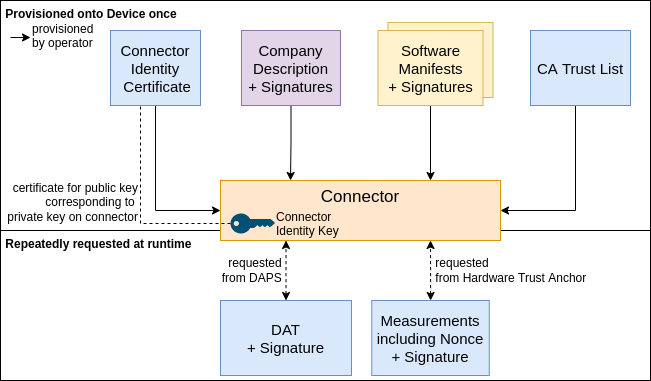
The draw.io diagram documentation/4_Perspectives_of_the_Reference_Architecture_Model/4_1_Security_Perspective/media/information_for_communication_channel.png in International-Data-Spaces-Association/IDS-RAM_4_0, before a commit. Source tidied: cells renumbered, new cells last; positions are measured from the earlier drawing's top-left corner, leaving out a move shared by most shapes.
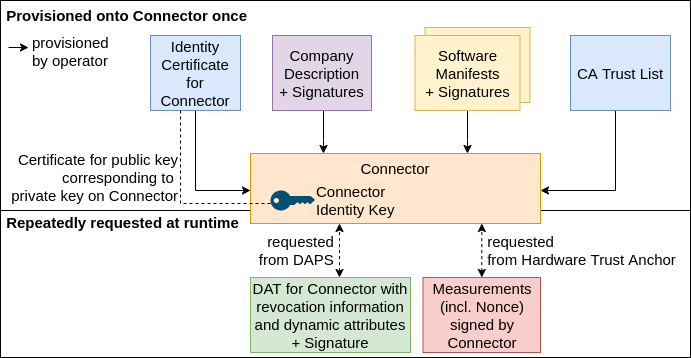
The same file after the commit.

Commit message:
[securing communication] described required information and establishment of communication channel

Diff of the diagram source:
```diff
@@ -2,93 +2,110 @@
   <root>
     <mxCell id="0" />
     <mxCell id="1" parent="0" />
-    <mxCell id="2" value="&amp;nbsp;Repeatedly requested at runtime" style="rounded=0;whiteSpace=wrap;html=1;labelBackgroundColor=none;fontSize=12;align=left;verticalAlign=top;fontStyle=1;" parent="1" vertex="1">
-      <mxGeometry y="230" width="650" height="150" as="geometry" />
+    <mxCell id="2" value="&amp;nbsp;Repeatedly requested at runtime" style="rounded=0;whiteSpace=wrap;html=1;labelBackgroundColor=none;fontSize=15;align=left;verticalAlign=top;fontStyle=1;" parent="1" vertex="1">
+      <mxGeometry x="-40" y="227" width="690" height="150" as="geometry" />
     </mxCell>
-    <mxCell id="3" value="&amp;nbsp;Provisioned onto Device once" style="rounded=0;whiteSpace=wrap;html=1;labelBackgroundColor=none;fontSize=12;align=left;verticalAlign=top;fontStyle=1;" parent="1" vertex="1">
-      <mxGeometry width="650" height="230" as="geometry" />
+    <mxCell id="3" value="&amp;nbsp;Provisioned onto Connector once" style="rounded=0;whiteSpace=wrap;html=1;labelBackgroundColor=none;fontSize=15;align=left;verticalAlign=top;fontStyle=1;" parent="1" vertex="1">
+      <mxGeometry x="-40" y="20" width="690" height="210" as="geometry" />
     </mxCell>
     <mxCell id="4" style="rounded=0;whiteSpace=wrap;html=1;fontSize=15;fillColor=#fff2cc;strokeColor=#d6b656;" parent="1" vertex="1">
-      <mxGeometry x="387.5" y="22" width="105" height="75" as="geometry" />
+      <mxGeometry x="384.5" y="47" width="105" height="75" as="geometry" />
     </mxCell>
-    <mxCell id="5" value="Connector" style="rounded=0;whiteSpace=wrap;html=1;fillColor=#ffe6cc;strokeColor=#d79b00;fontSize=17;verticalAlign=top;" parent="1" vertex="1">
-      <mxGeometry x="220" y="180" width="280" height="60" as="geometry" />
+    <mxCell id="5" value="Connector" style="rounded=0;whiteSpace=wrap;html=1;fillColor=#ffe6cc;strokeColor=#d79b00;fontSize=15;verticalAlign=top;" parent="1" vertex="1">
+      <mxGeometry x="210" y="173" width="290" height="70" as="geometry" />
     </mxCell>
-    <mxCell id="6" style="edgeStyle=orthogonalEdgeStyle;rounded=0;jettySize=auto;html=1;entryX=0;entryY=0.5;entryDx=0;entryDy=0;" parent="1" edge="1" source="7" target="5">
+    <mxCell id="6" style="edgeStyle=orthogonalEdgeStyle;rounded=0;jettySize=auto;html=1;fontSize=15;" parent="1" edge="1" source="7" target="5">
       <mxGeometry relative="1" as="geometry">
         <Array as="points">
           <mxPoint x="155" y="210" />
         </Array>
       </mxGeometry>
     </mxCell>
-    <mxCell id="7" value="&lt;div style=&quot;font-size: 15px&quot;&gt;&lt;/div&gt;Connector Identity&lt;div style=&quot;font-size: 15px&quot;&gt;&amp;nbsp;Certificate&lt;/div&gt;" style="rounded=0;whiteSpace=wrap;html=1;fontSize=15;fillColor=#dae8fc;strokeColor=#6c8ebf;" parent="1" vertex="1">
-      <mxGeometry x="110" y="30" width="90" height="75" as="geometry" />
+    <mxCell id="7" value="&lt;div style=&quot;font-size: 15px;&quot;&gt;&lt;/div&gt;Identity Certificate for Connector" style="rounded=0;whiteSpace=wrap;html=1;fontSize=15;fillColor=#dae8fc;strokeColor=#6c8ebf;" parent="1" vertex="1">
+      <mxGeometry x="110" y="55" width="90" height="75" as="geometry" />
     </mxCell>
-    <mxCell id="8" style="edgeStyle=orthogonalEdgeStyle;rounded=0;jettySize=auto;html=1;entryX=0.25;entryY=0;entryDx=0;entryDy=0;align=left;spacingLeft=2;" parent="1" edge="1" source="9" target="5">
-      <mxGeometry relative="1" as="geometry" />
+    <mxCell id="8" style="edgeStyle=orthogonalEdgeStyle;rounded=0;jettySize=auto;html=1;align=left;spacingLeft=2;fontSize=15;" parent="1" edge="1" source="9" target="5">
+      <mxGeometry relative="1" as="geometry">
+        <Array as="points">
+          <mxPoint x="283" y="160" />
+          <mxPoint x="283" y="160" />
+        </Array>
+      </mxGeometry>
     </mxCell>
-    <mxCell id="9" value="&lt;div style=&quot;font-size: 15px&quot;&gt;Company Description&lt;/div&gt;&lt;div style=&quot;font-size: 15px&quot;&gt;+ Signatures&lt;/div&gt;" style="rounded=0;whiteSpace=wrap;html=1;fontSize=15;fillColor=#e1d5e7;strokeColor=#9673a6;" parent="1" vertex="1">
-      <mxGeometry x="241" y="30" width="99" height="75" as="geometry" />
+    <mxCell id="9" value="&lt;div style=&quot;font-size: 15px;&quot;&gt;Company Description&lt;/div&gt;&lt;div style=&quot;font-size: 15px;&quot;&gt;+ Signatures&lt;/div&gt;" style="rounded=0;whiteSpace=wrap;html=1;fontSize=15;fillColor=#e1d5e7;strokeColor=#9673a6;" parent="1" vertex="1">
+      <mxGeometry x="232" y="55" width="99" height="75" as="geometry" />
     </mxCell>
-    <mxCell id="10" style="edgeStyle=orthogonalEdgeStyle;rounded=0;jettySize=auto;html=1;entryX=0.75;entryY=0;entryDx=0;entryDy=0;" parent="1" edge="1" source="11" target="5">
-      <mxGeometry relative="1" as="geometry" />
+    <mxCell id="10" style="edgeStyle=orthogonalEdgeStyle;rounded=0;jettySize=auto;html=1;fontSize=15;" parent="1" edge="1" source="11" target="5">
+      <mxGeometry relative="1" as="geometry">
+        <Array as="points">
+          <mxPoint x="427" y="160" />
+          <mxPoint x="427" y="160" />
+        </Array>
+      </mxGeometry>
     </mxCell>
-    <mxCell id="11" value="&lt;div&gt;Software&lt;/div&gt;&lt;div&gt;Manifests&lt;br&gt;&lt;/div&gt;&lt;div&gt;+ Signatures&lt;br&gt;&lt;/div&gt;" style="rounded=0;whiteSpace=wrap;html=1;fontSize=15;fillColor=#fff2cc;strokeColor=#d6b656;" parent="1" vertex="1">
-      <mxGeometry x="377.5" y="30" width="105" height="75" as="geometry" />
+    <mxCell id="11" value="&lt;div style=&quot;font-size: 15px;&quot;&gt;Software&lt;/div&gt;&lt;div style=&quot;font-size: 15px;&quot;&gt;Manifests&lt;br style=&quot;font-size: 15px;&quot;&gt;&lt;/div&gt;&lt;div style=&quot;font-size: 15px;&quot;&gt;+ Signatures&lt;br style=&quot;font-size: 15px;&quot;&gt;&lt;/div&gt;" style="rounded=0;whiteSpace=wrap;html=1;fontSize=15;fillColor=#fff2cc;strokeColor=#d6b656;" parent="1" vertex="1">
+      <mxGeometry x="374.5" y="55" width="105" height="75" as="geometry" />
     </mxCell>
-    <mxCell id="12" style="edgeStyle=orthogonalEdgeStyle;rounded=0;jettySize=auto;html=1;entryX=1;entryY=0.5;entryDx=0;entryDy=0;" parent="1" edge="1" source="13" target="5">
+    <mxCell id="12" style="edgeStyle=orthogonalEdgeStyle;rounded=0;jettySize=auto;html=1;fontSize=15;" parent="1" edge="1" source="13" target="5">
       <mxGeometry relative="1" as="geometry">
         <Array as="points">
           <mxPoint x="575" y="210" />
         </Array>
       </mxGeometry>
     </mxCell>
-    <mxCell id="13" value="&lt;div style=&quot;font-size: 15px&quot;&gt;CA Trust List&lt;/div&gt;" style="rounded=0;whiteSpace=wrap;html=1;fontSize=15;fillColor=#dae8fc;strokeColor=#6c8ebf;" parent="1" vertex="1">
-      <mxGeometry x="530" y="30" width="100" height="75" as="geometry" />
+    <mxCell id="13" value="&lt;div style=&quot;font-size: 15px;&quot;&gt;CA Trust List&lt;/div&gt;" style="rounded=0;whiteSpace=wrap;html=1;fontSize=15;fillColor=#dae8fc;strokeColor=#6c8ebf;" parent="1" vertex="1">
+      <mxGeometry x="530" y="55" width="100" height="75" as="geometry" />
     </mxCell>
-    <mxCell id="14" style="edgeStyle=orthogonalEdgeStyle;rounded=0;jettySize=auto;html=1;endArrow=none;endFill=0;dashed=1;" parent="1" edge="1" source="16" target="7">
+    <mxCell id="14" style="edgeStyle=orthogonalEdgeStyle;rounded=0;jettySize=auto;html=1;endArrow=none;endFill=0;dashed=1;fontSize=15;" parent="1" edge="1" source="16" target="7">
       <mxGeometry relative="1" as="geometry">
         <Array as="points">
           <mxPoint x="140" y="223" />
         </Array>
       </mxGeometry>
     </mxCell>
-    <mxCell id="15" value="certificate for public key&lt;br style=&quot;font-size: 12px;&quot;&gt;corresponding to &lt;br style=&quot;font-size: 12px;&quot;&gt;private key on connector" style="edgeLabel;html=1;align=right;verticalAlign=middle;fontSize=12;" parent="14" vertex="1">
+    <mxCell id="15" value="Certificate for public key&lt;br style=&quot;font-size: 15px&quot;&gt;corresponding to &lt;br style=&quot;font-size: 15px&quot;&gt;private key on Connector" style="edgeLabel;html=1;align=right;verticalAlign=middle;fontSize=15;" parent="14" vertex="1">
       <mxGeometry x="0.29" y="2" relative="1" as="geometry">
-        <mxPoint y="23" as="offset" />
+        <mxPoint y="1" as="offset" />
       </mxGeometry>
     </mxCell>
-    <mxCell id="16" style="points=[[0,0.5,0],[0.24,0,0],[0.5,0.28,0],[0.995,0.475,0],[0.5,0.72,0],[0.24,1,0]];verticalLabelPosition=bottom;sketch=0;html=1;verticalAlign=top;align=center;shape=mxgraph.cisco19.key;fillColor=#005073;strokeColor=none;" parent="1" vertex="1">
-      <mxGeometry x="230" y="213" width="44.4" height="20" as="geometry" />
+    <mxCell id="16" style="points=[[0,0.5,0],[0.24,0,0],[0.5,0.28,0],[0.995,0.475,0],[0.5,0.72,0],[0.24,1,0]];verticalLabelPosition=bottom;sketch=0;html=1;verticalAlign=top;align=center;shape=mxgraph.cisco19.key;fillColor=#005073;strokeColor=none;fontSize=15;" parent="1" vertex="1">
+      <mxGeometry x="230" y="210" width="44.4" height="20" as="geometry" />
     </mxCell>
-    <mxCell id="17" value="&lt;span style=&quot;color: rgb(0, 0, 0); font-family: helvetica; font-size: 12px; font-style: normal; font-weight: 400; letter-spacing: normal; text-align: center; text-indent: 0px; text-transform: none; word-spacing: 0px; display: inline; float: none;&quot;&gt;Connector Identity Key&lt;/span&gt;" style="text;whiteSpace=wrap;html=1;labelBackgroundColor=none;" parent="1" vertex="1">
-      <mxGeometry x="274.4" y="203" width="80" height="30" as="geometry" />
+    <mxCell id="17" value="&lt;span style=&quot;color: rgb(0, 0, 0); font-family: helvetica; font-size: 15px; font-style: normal; font-weight: 400; letter-spacing: normal; text-align: center; text-indent: 0px; text-transform: none; word-spacing: 0px; display: inline; float: none;&quot;&gt;Connector Identity Key&lt;/span&gt;" style="text;whiteSpace=wrap;html=1;labelBackgroundColor=none;fontSize=15;verticalAlign=middle;" parent="1" vertex="1">
+      <mxGeometry x="274.4" y="200" width="95.6" height="40" as="geometry" />
     </mxCell>
-    <mxCell id="18" value="requested&amp;nbsp;&lt;br style=&quot;font-size: 12px;&quot;&gt;from DAPS&amp;nbsp;" style="edgeStyle=orthogonalEdgeStyle;rounded=0;jettySize=auto;html=1;fontSize=12;endArrow=classic;endFill=1;startArrow=classic;startFill=1;dashed=1;align=right;" parent="1" edge="1" source="19" target="5">
+    <mxCell id="18" value="requested&amp;nbsp;&lt;br style=&quot;font-size: 15px;&quot;&gt;from DAPS&amp;nbsp;" style="edgeStyle=orthogonalEdgeStyle;rounded=0;orthogonalLoop=1;jettySize=auto;html=1;fontSize=15;endArrow=classic;endFill=1;startArrow=classic;startFill=1;dashed=1;align=right;" parent="1" edge="1">
       <mxGeometry relative="1" as="geometry">
+        <mxPoint x="299" y="297" as="sourcePoint" />
+        <mxPoint x="299" y="243" as="targetPoint" />
         <Array as="points">
-          <mxPoint x="286" y="260" />
-          <mxPoint x="286" y="260" />
+          <mxPoint x="299" y="260" />
+          <mxPoint x="299" y="260" />
         </Array>
       </mxGeometry>
     </mxCell>
-    <mxCell id="19" value="&lt;div style=&quot;font-size: 15px&quot;&gt;&lt;/div&gt;DAT&lt;br&gt;+ Signature" style="rounded=0;whiteSpace=wrap;html=1;fontSize=15;fillColor=#dae8fc;strokeColor=#6c8ebf;" parent="1" vertex="1">
-      <mxGeometry x="220" y="300" width="131" height="75" as="geometry" />
+    <mxCell id="19" value="&lt;div style=&quot;font-size: 15px;&quot;&gt;&lt;/div&gt;DAT for Connector with revocation information and dynamic attributes&lt;br style=&quot;font-size: 15px;&quot;&gt;+ Signature" style="rounded=0;whiteSpace=wrap;html=1;fontSize=15;fillColor=#d5e8d4;strokeColor=#82b366;" parent="1" vertex="1">
+      <mxGeometry x="210" y="297" width="160" height="75" as="geometry" />
     </mxCell>
-    <mxCell id="20" value="&lt;span style=&quot;font-size: 15px ; text-align: left&quot;&gt;Measurements&lt;/span&gt;&lt;br style=&quot;font-size: 15px ; text-align: left&quot;&gt;&lt;span style=&quot;font-size: 15px ; text-align: left&quot;&gt;including Nonce&lt;br&gt;+ Signature&lt;br&gt;&lt;/span&gt;&lt;div style=&quot;font-size: 15px&quot;&gt;&lt;/div&gt;" style="rounded=0;whiteSpace=wrap;html=1;fontSize=15;fillColor=#dae8fc;strokeColor=#6c8ebf;labelBackgroundColor=none;" parent="1" vertex="1">
-      <mxGeometry x="371.2" y="300" width="117.5" height="75" as="geometry" />
+    <mxCell id="20" value="&lt;span style=&quot;font-size: 15px; text-align: left;&quot;&gt;Measurements&lt;/span&gt;&lt;br style=&quot;font-size: 15px; text-align: left;&quot;&gt;&lt;span style=&quot;font-size: 15px; text-align: left;&quot;&gt;(incl. Nonce)&lt;br style=&quot;font-size: 15px;&quot;&gt;signed by Connector&lt;br style=&quot;font-size: 15px;&quot;&gt;&lt;/span&gt;&lt;div style=&quot;font-size: 15px;&quot;&gt;&lt;/div&gt;" style="rounded=0;whiteSpace=wrap;html=1;fontSize=15;fillColor=#f8cecc;strokeColor=#b85450;labelBackgroundColor=none;" parent="1" vertex="1">
+      <mxGeometry x="382.5" y="297" width="117.5" height="75" as="geometry" />
     </mxCell>
-    <mxCell id="21" value="&amp;nbsp;requested&lt;br style=&quot;font-size: 12px;&quot;&gt;&amp;nbsp;from Hardware Trust Anchor" style="edgeStyle=orthogonalEdgeStyle;rounded=0;jettySize=auto;html=1;fontSize=12;endArrow=classic;endFill=1;startArrow=classic;startFill=1;entryX=0.75;entryY=1;entryDx=0;entryDy=0;dashed=1;align=left;" parent="1" edge="1" source="20" target="5">
-      <mxGeometry relative="1" as="geometry" />
+    <mxCell id="21" value="&amp;nbsp;requested&lt;br style=&quot;font-size: 15px;&quot;&gt;&amp;nbsp;from Hardware Trust Anchor" style="edgeStyle=orthogonalEdgeStyle;rounded=0;jettySize=auto;html=1;fontSize=15;endArrow=classic;endFill=1;startArrow=classic;startFill=1;dashed=1;align=left;" parent="1" edge="1" source="20" target="5">
+      <mxGeometry relative="1" as="geometry">
+        <Array as="points">
+          <mxPoint x="441" y="257" />
+          <mxPoint x="441" y="257" />
+        </Array>
+      </mxGeometry>
     </mxCell>
     <mxCell id="22" style="endArrow=classic;html=1;rounded=0;fontSize=15;" parent="1" edge="1">
       <mxGeometry relative="1" as="geometry">
-        <mxPoint x="10" y="37" as="sourcePoint" />
-        <mxPoint x="30" y="37" as="targetPoint" />
+        <mxPoint x="-32" y="67" as="sourcePoint" />
+        <mxPoint x="-12" y="67" as="targetPoint" />
       </mxGeometry>
     </mxCell>
-    <mxCell id="23" value="&lt;span style=&quot;color: rgb(0, 0, 0); font-family: helvetica; font-size: 12px; font-style: normal; font-weight: 400; letter-spacing: normal; text-align: left; text-indent: 0px; text-transform: none; word-spacing: 0px; background-color: rgb(255, 255, 255); display: inline; float: none;&quot;&gt;provisioned&lt;/span&gt;&lt;br style=&quot;color: rgb(0, 0, 0); font-family: helvetica; font-size: 12px; font-style: normal; font-weight: 400; letter-spacing: normal; text-align: left; text-indent: 0px; text-transform: none; word-spacing: 0px;&quot;&gt;&lt;span style=&quot;color: rgb(0, 0, 0); font-family: helvetica; font-size: 12px; font-style: normal; font-weight: 400; letter-spacing: normal; text-align: left; text-indent: 0px; text-transform: none; word-spacing: 0px; background-color: rgb(255, 255, 255); display: inline; float: none;&quot;&gt;by operator&lt;/span&gt;" style="text;whiteSpace=wrap;html=1;fontSize=12;" parent="1" vertex="1">
-      <mxGeometry x="30" y="15" width="80" height="38" as="geometry" />
+    <mxCell id="23" value="&lt;span style=&quot;color: rgb(0, 0, 0); font-family: helvetica; font-size: 15px; font-style: normal; font-weight: 400; letter-spacing: normal; text-align: left; text-indent: 0px; text-transform: none; word-spacing: 0px; background-color: rgb(255, 255, 255); display: inline; float: none;&quot;&gt;provisioned&lt;/span&gt;&lt;br style=&quot;color: rgb(0, 0, 0); font-family: helvetica; font-size: 15px; font-style: normal; font-weight: 400; letter-spacing: normal; text-align: left; text-indent: 0px; text-transform: none; word-spacing: 0px;&quot;&gt;&lt;span style=&quot;color: rgb(0, 0, 0); font-family: helvetica; font-size: 15px; font-style: normal; font-weight: 400; letter-spacing: normal; text-align: left; text-indent: 0px; text-transform: none; word-spacing: 0px; background-color: rgb(255, 255, 255); display: inline; float: none;&quot;&gt;by operator&lt;/span&gt;" style="text;whiteSpace=wrap;html=1;fontSize=15;" parent="1" vertex="1">
+      <mxGeometry x="-10" y="47" width="80" height="38" as="geometry" />
     </mxCell>
   </root>
 </mxGraphModel>
```
